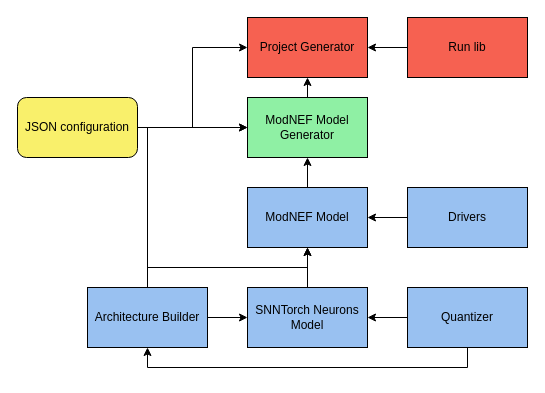
Before: modnef_pyramid.drawio in AurelieSa/draw_io, a draw.io diagram. Source tidied: cells renumbered, new cells numbered last; positions are measured from the earlier drawing's top-left corner, leaving out a move shared by most shapes. Both pictures are drawn from the tidied source at 100%, with x=0, y=0 at pixel (17, 17).
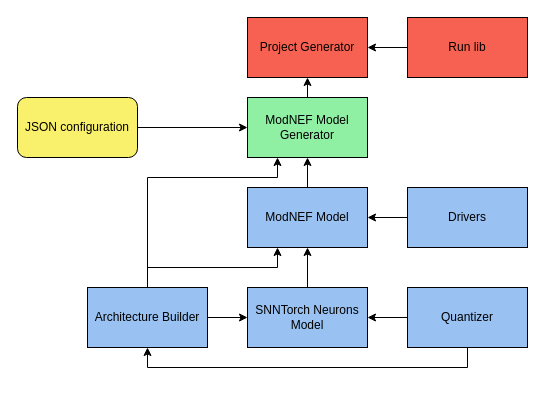
After the change.

The change refers to these unchanged cells:
```xml
<mxCell id="5" value="Architecture Builder" style="rounded=0;whiteSpace=wrap;html=1;fillColor=light-dark(#99c1f1, #ededed);" parent="1" vertex="1">
  <mxGeometry x="70" y="270" width="120" height="60" as="geometry" />
</mxCell>
<mxCell id="14" value="ModNEF Model" style="rounded=0;whiteSpace=wrap;html=1;fillColor=light-dark(#99c1f1, #ededed);" parent="1" vertex="1">
  <mxGeometry x="230" y="170" width="120" height="60" as="geometry" />
</mxCell>
<mxCell id="16" value="&lt;div&gt;ModNEF Model&lt;/div&gt;&lt;div&gt;Generator&lt;/div&gt;" style="rounded=0;whiteSpace=wrap;html=1;fillColor=light-dark(#8ff0a4, #ededed);" parent="1" vertex="1">
  <mxGeometry x="230" y="80" width="120" height="60" as="geometry" />
</mxCell>
<mxCell id="19" value="JSON configuration" style="rounded=1;whiteSpace=wrap;html=1;fillColor=light-dark(#f9f06b, #ededed);" parent="1" vertex="1">
  <mxGeometry y="80" width="120" height="60" as="geometry" />
</mxCell>
<mxCell id="20" value="Project Generator" style="rounded=0;whiteSpace=wrap;html=1;fillColor=light-dark(#f66151, #ededed);" parent="1" vertex="1">
  <mxGeometry x="230" width="120" height="60" as="geometry" />
</mxCell>
```

Change to the diagram source:
```diff
@@
+    <mxCell id="4" style="edgeStyle=orthogonalEdgeStyle;rounded=0;jettySize=auto;html=1;exitX=0.5;exitY=0;exitDx=0;exitDy=0;entryX=0.25;entryY=1;entryDx=0;entryDy=0;" parent="1" edge="1" source="5" target="16">
+      <mxGeometry relative="1" as="geometry">
+        <Array as="points">
+          <mxPoint x="130" y="160" />
+          <mxPoint x="260" y="160" />
+        </Array>
+      </mxGeometry>
+    </mxCell>
-    <mxCell id="3" style="edgeStyle=orthogonalEdgeStyle;rounded=0;jettySize=auto;html=1;exitX=0.5;exitY=0;exitDx=0;exitDy=0;entryX=0.5;entryY=1;entryDx=0;entryDy=0;" parent="1" edge="1" source="5" target="14">
+    <mxCell id="3" style="edgeStyle=orthogonalEdgeStyle;rounded=0;jettySize=auto;html=1;exitX=0.5;exitY=0;exitDx=0;exitDy=0;entryX=0.25;entryY=1;entryDx=0;entryDy=0;" parent="1" edge="1" source="5" target="14">
       <mxGeometry relative="1" as="geometry" />
     </mxCell>
-    <mxCell id="4" style="edgeStyle=orthogonalEdgeStyle;rounded=0;jettySize=auto;html=1;exitX=0.5;exitY=0;exitDx=0;exitDy=0;" parent="1" edge="1" source="5" target="16">
-      <mxGeometry relative="1" as="geometry">
-        <Array as="points">
-          <mxPoint x="130" y="110" />
-          <mxPoint x="290" y="110" />
-        </Array>
-      </mxGeometry>
-    </mxCell>
@@
-    <mxCell id="18" style="edgeStyle=orthogonalEdgeStyle;rounded=0;jettySize=auto;html=1;exitX=1;exitY=0.5;exitDx=0;exitDy=0;entryX=0;entryY=0.5;entryDx=0;entryDy=0;" parent="1" edge="1" source="19" target="20">
-      <mxGeometry relative="1" as="geometry" />
-    </mxCell>
```
